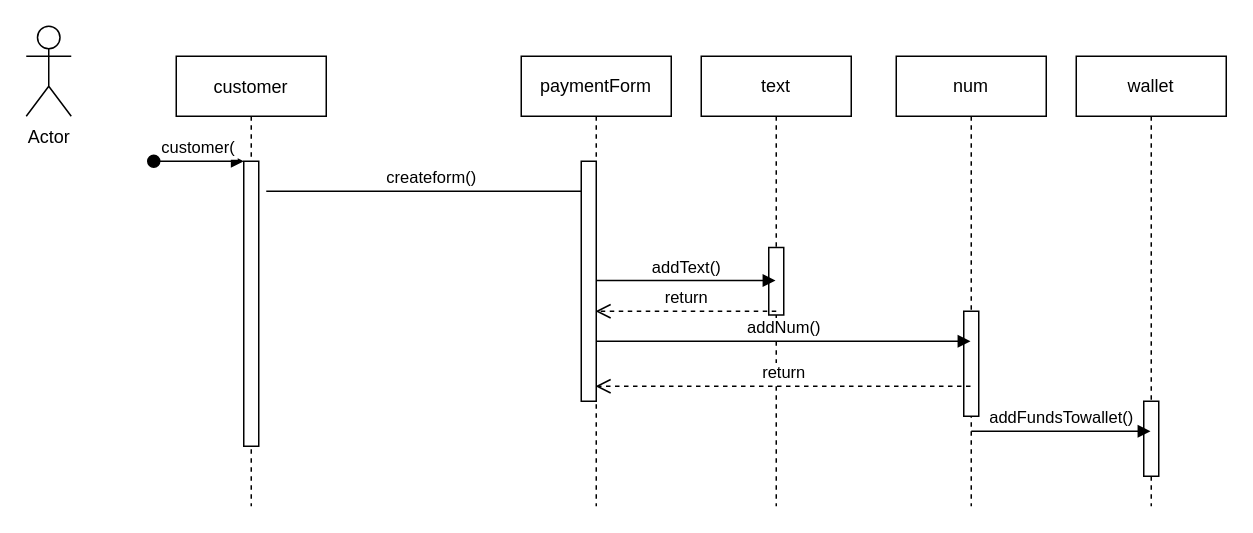
Before: wallet recharge.drawio in ZeyadMoAli/Software_Project, a draw.io diagram. Source tidied: cells renumbered, new cells numbered last; positions are measured from the earlier drawing's top-left corner, leaving out a move shared by most shapes. Both pictures are drawn from the tidied source at 150%, with x=0, y=0 at pixel (26, 26).
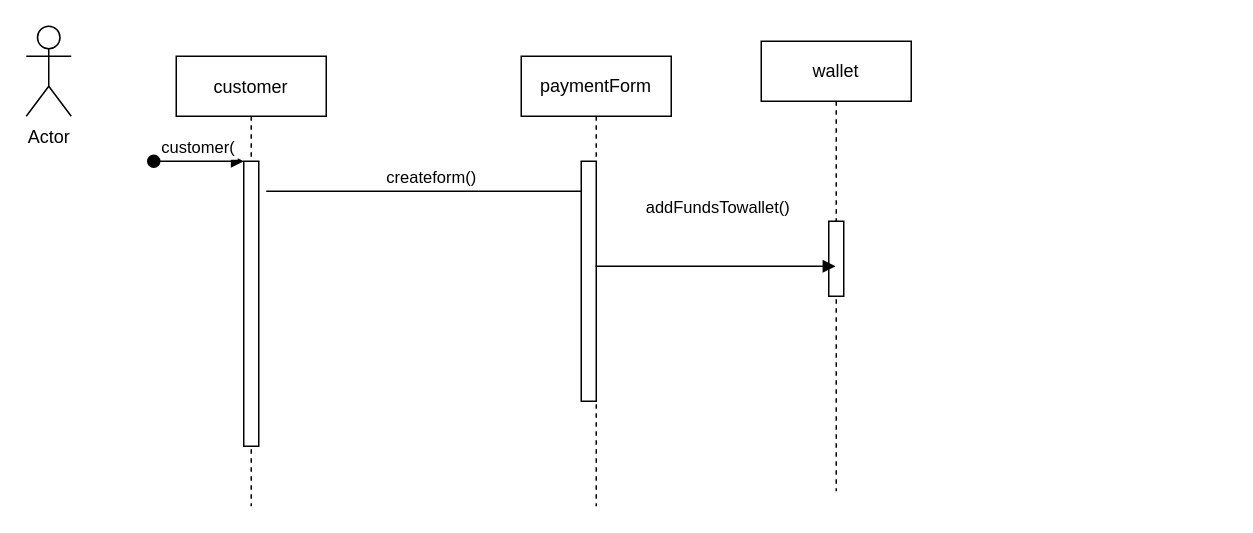
The same diagram, later.

Commit message (it also covers changes not shown here):
wallet class

The change refers to these unchanged cells:
```xml
<mxCell id="9" value="paymentForm" style="shape=umlLifeline;perimeter=lifelinePerimeter;whiteSpace=wrap;html=1;outlineConnect=0;" parent="1" vertex="1">
  <mxGeometry x="330" y="20" width="100" height="300" as="geometry" />
</mxCell>
```

The edit, as a diff of the source:
```diff
@@
-    <mxCell id="7" value="text" style="shape=umlLifeline;perimeter=lifelinePerimeter;whiteSpace=wrap;html=1;outlineConnect=0;" parent="1" vertex="1">
-      <mxGeometry x="450" y="20" width="100" height="300" as="geometry" />
-    </mxCell>
-    <mxCell id="8" style="html=1;perimeter=orthogonalPerimeter;" parent="7" vertex="1">
-      <mxGeometry x="45" y="127.5" width="10" height="45" as="geometry" />
-    </mxCell>
@@
-    <mxCell id="10" value="num" style="shape=umlLifeline;perimeter=lifelinePerimeter;whiteSpace=wrap;html=1;outlineConnect=0;" parent="1" vertex="1">
-      <mxGeometry x="580" y="20" width="100" height="300" as="geometry" />
-    </mxCell>
-    <mxCell id="11" style="html=1;perimeter=orthogonalPerimeter;" parent="10" vertex="1">
-      <mxGeometry x="45" y="170" width="10" height="70" as="geometry" />
-    </mxCell>
-    <mxCell id="12" value="addText()" style="html=1;verticalAlign=bottom;endArrow=block;" parent="1" edge="1" target="7">
-      <mxGeometry relative="1" as="geometry">
-        <mxPoint x="380" y="169.5" as="sourcePoint" />
-      </mxGeometry>
-    </mxCell>
-    <mxCell id="13" value="addNum()" style="html=1;verticalAlign=bottom;endArrow=block;" parent="1" edge="1" source="9" target="10">
-      <mxGeometry relative="1" as="geometry">
-        <Array as="points">
-          <mxPoint x="580" y="210" />
-        </Array>
-      </mxGeometry>
-    </mxCell>
-    <mxCell id="14" value="return" style="html=1;verticalAlign=bottom;endArrow=open;dashed=1;endSize=8;" parent="1" edge="1" target="9">
-      <mxGeometry relative="1" as="geometry">
-        <mxPoint x="500" y="190" as="sourcePoint" />
-      </mxGeometry>
-    </mxCell>
-    <mxCell id="15" value="return" style="html=1;verticalAlign=bottom;endArrow=open;dashed=1;endSize=8;" parent="1" edge="1" source="10" target="9">
-      <mxGeometry relative="1" as="geometry">
-        <Array as="points">
-          <mxPoint x="590" y="240" />
-        </Array>
-      </mxGeometry>
-    </mxCell>
+    <mxCell id="19" style="html=1;perimeter=orthogonalPerimeter;" parent="1" vertex="1">
+      <mxGeometry x="370" y="90" width="10" height="160" as="geometry" />
+    </mxCell>
     <mxCell id="16" value="wallet" style="shape=umlLifeline;perimeter=lifelinePerimeter;whiteSpace=wrap;html=1;outlineConnect=0;" parent="1" vertex="1">
-      <mxGeometry x="700" y="20" width="100" height="300" as="geometry" />
+      <mxGeometry x="490" y="10" width="100" height="300" as="geometry" />
     </mxCell>
-    <mxCell id="17" style="html=1;perimeter=orthogonalPerimeter;" parent="16" vertex="1">
-      <mxGeometry x="45" y="230" width="10" height="50" as="geometry" />
-    </mxCell>
+    <mxCell id="20" style="html=1;perimeter=orthogonalPerimeter;" parent="16" vertex="1">
+      <mxGeometry x="45" y="120" width="10" height="50" as="geometry" />
+    </mxCell>
-    <mxCell id="18" value="addFundsTowallet()" style="html=1;verticalAlign=bottom;endArrow=block;" parent="1" edge="1" target="16">
-      <mxGeometry relative="1" as="geometry">
-        <mxPoint x="630" y="270" as="sourcePoint" />
+    <mxCell id="18" value="addFundsTowallet()" style="html=1;verticalAlign=bottom;endArrow=block;" parent="1" edge="1" source="9" target="16">
+      <mxGeometry x="0.01" y="30" relative="1" as="geometry">
+        <Array as="points">
+          <mxPoint x="460" y="160" />
+        </Array>
       </mxGeometry>
     </mxCell>
-    <mxCell id="19" style="html=1;perimeter=orthogonalPerimeter;" parent="1" vertex="1">
-      <mxGeometry x="370" y="90" width="10" height="160" as="geometry" />
-    </mxCell>
```
